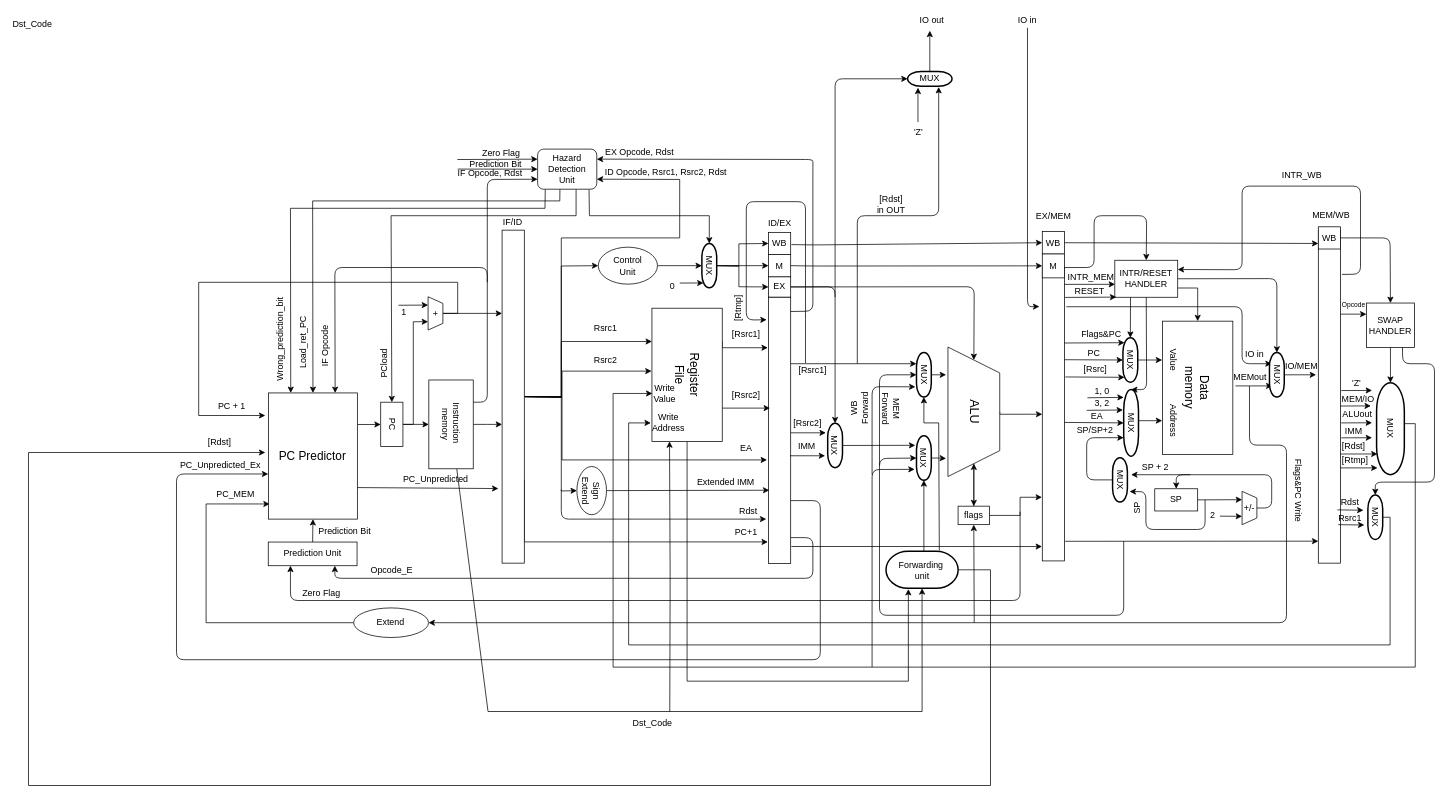
Earlier version of the draw.io diagram docs/Schematic.drawio (karashily/RISC). Source tidied: cells renumbered, new cells numbered last; positions are measured from the earlier drawing's top-left corner, leaving out a move shared by most shapes. Both pictures are drawn from the tidied source at 74%, with x=0, y=0 at pixel (28, 13).
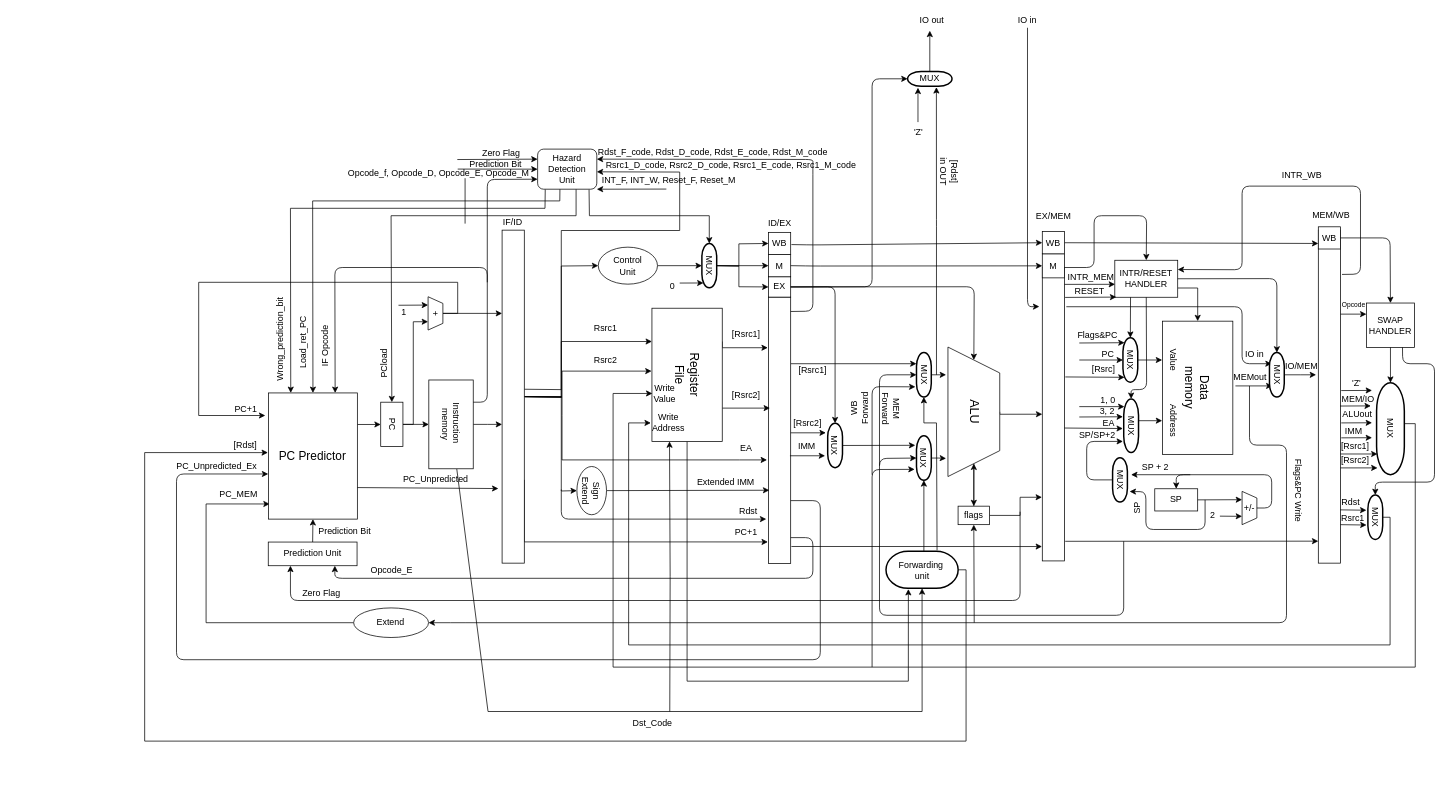
The same page after the edit.

The change refers to these unchanged cells:
```xml
<mxCell id="19" style="rounded=0;whiteSpace=wrap;html=1;" parent="1" vertex="1">
  <mxGeometry x="640" y="293.5" width="30" height="450" as="geometry" />
</mxCell>
<mxCell id="21" style="rounded=0;whiteSpace=wrap;html=1;" parent="1" vertex="1">
  <mxGeometry x="1000" y="384" width="30" height="360" as="geometry" />
</mxCell>
<mxCell id="22" style="rounded=0;whiteSpace=wrap;html=1;" parent="1" vertex="1">
  <mxGeometry x="1370" y="344" width="30" height="396.5" as="geometry" />
</mxCell>
<mxCell id="28" value="Hazard&lt;br&gt;Detection&lt;br&gt;Unit" style="rounded=1;whiteSpace=wrap;html=1;" parent="1" vertex="1">
  <mxGeometry x="688" y="184" width="80" height="54.2" as="geometry" />
</mxCell>
<mxCell id="38" value="EX" style="rounded=0;whiteSpace=wrap;html=1;" parent="1" vertex="1">
  <mxGeometry x="1000" y="356.5" width="30" height="27.5" as="geometry" />
</mxCell>
<mxCell id="42" value="MUX" style="strokeWidth=2;html=1;shape=mxgraph.flowchart.terminator;whiteSpace=wrap;rotation=90;" parent="1" vertex="1">
  <mxGeometry x="1180" y="479" width="60" height="20" as="geometry" />
</mxCell>
<mxCell id="51" value="Forwarding&amp;nbsp;&lt;br&gt;unit" style="strokeWidth=2;html=1;shape=mxgraph.flowchart.terminator;whiteSpace=wrap;rotation=0;" parent="1" vertex="1">
  <mxGeometry x="1158.8" y="727.5" width="97.5" height="50" as="geometry" />
</mxCell>
<mxCell id="85" value="MUX" style="strokeWidth=2;html=1;shape=mxgraph.flowchart.terminator;whiteSpace=wrap;rotation=90;" parent="1" vertex="1">
  <mxGeometry x="1459" y="459" width="60" height="20" as="geometry" />
</mxCell>
<mxCell id="106" value="[Rsrc1]" style="text;html=1;strokeColor=none;fillColor=none;align=center;verticalAlign=middle;whiteSpace=wrap;rounded=0;" parent="1" vertex="1">
  <mxGeometry x="1040" y="473" width="40" height="20" as="geometry" />
</mxCell>
<mxCell id="126" value="MUX" style="strokeWidth=2;html=1;shape=mxgraph.flowchart.terminator;whiteSpace=wrap;rotation=0;" parent="1" vertex="1">
  <mxGeometry x="1188" y="79" width="60" height="20" as="geometry" />
</mxCell>
<mxCell id="139" value="&lt;font style=&quot;font-size: 16px&quot;&gt;PC Predictor&lt;/font&gt;" style="rounded=0;whiteSpace=wrap;html=1;" parent="1" vertex="1">
  <mxGeometry x="324.4" y="513.5" width="120" height="170.5" as="geometry" />
</mxCell>
<mxCell id="190" value="MUX" style="strokeWidth=2;html=1;shape=mxgraph.flowchart.terminator;whiteSpace=wrap;rotation=90;" parent="1" vertex="1">
  <mxGeometry x="1445" y="621" width="60" height="20" as="geometry" />
</mxCell>
<mxCell id="200" value="INTR/RESET&lt;br&gt;HANDLER" style="rounded=0;whiteSpace=wrap;html=1;fillColor=#ffffff;" parent="1" vertex="1">
  <mxGeometry x="1468" y="334.2" width="85" height="50" as="geometry" />
</mxCell>
```

Change to the diagram source:
```diff
@@
-    <mxCell id="18" style="edgeStyle=none;rounded=0;jettySize=auto;html=1;exitX=1;exitY=0.5;exitDx=0;exitDy=0;entryX=1;entryY=0.75;entryDx=0;entryDy=0;" parent="1" edge="1" source="19" target="28">
+    <mxCell id="18" style="edgeStyle=none;rounded=0;orthogonalLoop=1;jettySize=auto;html=1;exitX=1;exitY=0.5;exitDx=0;exitDy=0;entryX=1;entryY=0.75;entryDx=0;entryDy=0;" parent="1" edge="1">
       <mxGeometry relative="1" as="geometry">
+        <mxPoint x="670" y="508.5" as="sourcePoint" />
+        <mxPoint x="768" y="214.7" as="targetPoint" />
         <Array as="points">
-          <mxPoint x="720" y="519" />
-          <mxPoint x="720" y="304" />
-          <mxPoint x="880" y="304" />
-          <mxPoint x="880" y="225" />
+          <mxPoint x="720" y="509" />
+          <mxPoint x="720" y="294" />
+          <mxPoint x="880" y="294" />
+          <mxPoint x="880" y="215" />
         </Array>
       </mxGeometry>
     </mxCell>
@@
-    <mxCell id="48" style="edgeStyle=none;rounded=0;jettySize=auto;html=1;exitX=0.739;exitY=-0.025;exitDx=0;exitDy=0;exitPerimeter=0;entryX=1;entryY=0.5;entryDx=0;entryDy=0;entryPerimeter=0;" parent="1" edge="1" source="51" target="42">
+    <mxCell id="48" style="edgeStyle=none;rounded=0;jettySize=auto;html=1;exitX=0.739;exitY=-0.025;exitDx=0;exitDy=0;exitPerimeter=0;entryX=1;entryY=0.5;entryDx=0;entryDy=0;entryPerimeter=0;" parent="1" edge="1" target="42">
       <mxGeometry relative="1" as="geometry">
+        <mxPoint x="1227.8" y="726.2" as="sourcePoint" />
         <Array as="points">
-          <mxPoint x="1230" y="554" />
+          <mxPoint x="1227" y="554" />
           <mxPoint x="1210" y="554" />
         </Array>
       </mxGeometry>
     </mxCell>
@@
-    <mxCell id="50" style="edgeStyle=orthogonalEdgeStyle;rounded=0;jettySize=auto;html=1;exitX=1;exitY=0.5;exitDx=0;exitDy=0;exitPerimeter=0;" parent="1" edge="1" source="51">
+    <mxCell id="50" style="edgeStyle=orthogonalEdgeStyle;rounded=0;jettySize=auto;html=1;exitX=1;exitY=0.5;exitDx=0;exitDy=0;exitPerimeter=0;entryX=-0.007;entryY=0.473;entryDx=0;entryDy=0;entryPerimeter=0;" parent="1" edge="1" source="51" target="139">
       <mxGeometry relative="1" as="geometry">
-        <mxPoint x="320" y="594" as="targetPoint" />
         <Array as="points">
-          <mxPoint x="1300" y="753" />
-          <mxPoint x="1300" y="1044" />
-          <mxPoint y="1044" />
-          <mxPoint y="594" />
+          <mxPoint x="1267" y="752" />
+          <mxPoint x="1267" y="984" />
+          <mxPoint x="157" y="984" />
+          <mxPoint x="157" y="594" />
         </Array>
       </mxGeometry>
     </mxCell>
@@
     <mxCell id="68" value="MUX" style="strokeWidth=2;html=1;shape=mxgraph.flowchart.terminator;whiteSpace=wrap;rotation=90;" parent="1" vertex="1">
-      <mxGeometry x="1445" y="544" width="90" height="20" as="geometry" />
+      <mxGeometry x="1453.8" y="547.8" width="72.5" height="20" as="geometry" />
     </mxCell>
-    <mxCell id="69" style="endArrow=classic;html=1;entryX=0.5;entryY=1;entryDx=0;entryDy=0;exitX=1;exitY=0.528;exitDx=0;exitDy=0;exitPerimeter=0;entryPerimeter=0;" parent="1" edge="1" source="22" target="68">
-      <mxGeometry relative="1" as="geometry" />
+    <mxCell id="69" style="endArrow=classic;html=1;entryX=0.595;entryY=0.955;entryDx=0;entryDy=0;entryPerimeter=0;exitX=1.069;exitY=0.547;exitDx=0;exitDy=0;exitPerimeter=0;" parent="1" edge="1">
+      <mxGeometry relative="1" as="geometry">
+        <mxPoint x="1400.1" y="560.9" as="sourcePoint" />
+        <mxPoint x="1478.9" y="561.6" as="targetPoint" />
+      </mxGeometry>
     </mxCell>
@@
-    <mxCell id="87" style="endArrow=classic;html=1;entryX=0.5;entryY=1;entryDx=0;entryDy=0;entryPerimeter=0;exitX=1.038;exitY=0.373;exitDx=0;exitDy=0;exitPerimeter=0;" parent="1" edge="1" target="85">
+    <mxCell id="87" style="endArrow=classic;html=1;entryX=0.5;entryY=1;entryDx=0;entryDy=0;entryPerimeter=0;" parent="1" edge="1" target="85">
       <mxGeometry relative="1" as="geometry">
-        <mxPoint x="1400" y="468.6" as="sourcePoint" />
+        <mxPoint x="1420" y="469" as="sourcePoint" />
       </mxGeometry>
     </mxCell>
     <mxCell id="88" style="endArrow=classic;html=1;entryX=0.11;entryY=0.89;entryDx=0;entryDy=0;entryPerimeter=0;" parent="1" edge="1" target="85">
       <mxGeometry relative="1" as="geometry">
-        <mxPoint x="1400" y="446" as="sourcePoint" />
+        <mxPoint x="1420" y="446" as="sourcePoint" />
       </mxGeometry>
     </mxCell>
@@
-    <mxCell id="97" value="PC + 1" style="text;html=1;strokeColor=none;fillColor=none;align=center;verticalAlign=middle;whiteSpace=wrap;rounded=0;rotation=0;" parent="1" vertex="1">
-      <mxGeometry x="250" y="523.5" width="50" height="17.5" as="geometry" />
+    <mxCell id="97" value="PC+1" style="text;html=1;strokeColor=none;fillColor=none;align=center;verticalAlign=middle;whiteSpace=wrap;rounded=0;rotation=0;" parent="1" vertex="1">
+      <mxGeometry x="269" y="527" width="50" height="17.5" as="geometry" />
     </mxCell>
     <mxCell id="98" value="PC_MEM" style="text;html=1;strokeColor=none;fillColor=none;align=center;verticalAlign=middle;whiteSpace=wrap;rounded=0;rotation=0;" parent="1" vertex="1">
-      <mxGeometry x="225" y="641" width="110" height="20" as="geometry" />
+      <mxGeometry x="229" y="641" width="110" height="20" as="geometry" />
     </mxCell>
@@
     <mxCell id="110" value="Flags&amp;amp;PC" style="text;html=1;strokeColor=none;fillColor=none;align=center;verticalAlign=middle;whiteSpace=wrap;rounded=0;rotation=0;" parent="1" vertex="1">
-      <mxGeometry x="1430" y="423.5" width="40" height="20" as="geometry" />
+      <mxGeometry x="1425" y="425.5" width="40" height="20" as="geometry" />
     </mxCell>
     <mxCell id="111" value="PC" style="text;html=1;strokeColor=none;fillColor=none;align=center;verticalAlign=middle;whiteSpace=wrap;rounded=0;rotation=0;" parent="1" vertex="1">
-      <mxGeometry x="1420" y="450" width="40" height="20" as="geometry" />
+      <mxGeometry x="1439" y="451" width="40" height="20" as="geometry" />
     </mxCell>
     <mxCell id="112" value="[Rsrc]" style="text;html=1;strokeColor=none;fillColor=none;align=center;verticalAlign=middle;whiteSpace=wrap;rounded=0;rotation=0;" parent="1" vertex="1">
-      <mxGeometry x="1422" y="472" width="40" height="20" as="geometry" />
+      <mxGeometry x="1433" y="472" width="40" height="20" as="geometry" />
     </mxCell>
     <mxCell id="113" value="SP/SP+2" style="text;html=1;strokeColor=none;fillColor=none;align=center;verticalAlign=middle;whiteSpace=wrap;rounded=0;rotation=0;" parent="1" vertex="1">
-      <mxGeometry x="1411" y="554" width="61" height="20" as="geometry" />
+      <mxGeometry x="1414" y="561" width="61" height="20" as="geometry" />
     </mxCell>
     <mxCell id="114" value="EA" style="text;html=1;strokeColor=none;fillColor=none;align=center;verticalAlign=middle;whiteSpace=wrap;rounded=0;rotation=0;" parent="1" vertex="1">
-      <mxGeometry x="1424" y="534.5" width="40" height="20" as="geometry" />
+      <mxGeometry x="1440" y="544" width="40" height="20" as="geometry" />
     </mxCell>
@@
     <mxCell id="123" value="Rdst" style="text;html=1;strokeColor=none;fillColor=none;align=center;verticalAlign=middle;whiteSpace=wrap;rounded=0;rotation=0;" parent="1" vertex="1">
-      <mxGeometry x="1766" y="651.5" width="40" height="20" as="geometry" />
+      <mxGeometry x="1767" y="651.5" width="40" height="20" as="geometry" />
     </mxCell>
@@
-    <mxCell id="134" style="endArrow=classic;html=1;entryX=0.306;entryY=1.05;entryDx=0;entryDy=0;entryPerimeter=0;" parent="1" edge="1" target="68">
+    <mxCell id="134" style="endArrow=classic;html=1;entryX=0.306;entryY=1.05;entryDx=0;entryDy=0;entryPerimeter=0;" parent="1" edge="1">
       <mxGeometry relative="1" as="geometry">
-        <mxPoint x="1430" y="537" as="sourcePoint" />
+        <mxPoint x="1420" y="546" as="sourcePoint" />
+        <mxPoint x="1479" y="545.7" as="targetPoint" />
       </mxGeometry>
     </mxCell>
     <mxCell id="135" style="endArrow=classic;html=1;entryX=0.306;entryY=1.05;entryDx=0;entryDy=0;entryPerimeter=0;" parent="1" edge="1">
       <mxGeometry relative="1" as="geometry">
-        <mxPoint x="1431" y="520" as="sourcePoint" />
-        <mxPoint x="1480" y="519.5" as="targetPoint" />
+        <mxPoint x="1420" y="532" as="sourcePoint" />
+        <mxPoint x="1481" y="532" as="targetPoint" />
       </mxGeometry>
     </mxCell>
     <mxCell id="136" value="3, 2" style="text;html=1;strokeColor=none;fillColor=none;align=center;verticalAlign=middle;whiteSpace=wrap;rounded=0;rotation=0;" parent="1" vertex="1">
-      <mxGeometry x="1431" y="517.5" width="40" height="20" as="geometry" />
+      <mxGeometry x="1438" y="527.5" width="40" height="20" as="geometry" />
     </mxCell>
     <mxCell id="137" value="1, 0" style="text;html=1;strokeColor=none;fillColor=none;align=center;verticalAlign=middle;whiteSpace=wrap;rounded=0;rotation=0;" parent="1" vertex="1">
-      <mxGeometry x="1431" y="501.5" width="40" height="20" as="geometry" />
+      <mxGeometry x="1439" y="513.5" width="40" height="20" as="geometry" />
     </mxCell>
@@
     <mxCell id="142" value="[Rdst]&amp;nbsp;" style="text;html=1;strokeColor=none;fillColor=none;align=center;verticalAlign=middle;whiteSpace=wrap;rounded=0;rotation=0;" parent="1" vertex="1">
-      <mxGeometry x="240" y="571" width="40" height="20" as="geometry" />
+      <mxGeometry x="275" y="573.5" width="40" height="20" as="geometry" />
     </mxCell>
@@
-    <mxCell id="147" value="[Rdst]&lt;br&gt;in OUT" style="text;html=1;strokeColor=none;fillColor=none;align=center;verticalAlign=middle;whiteSpace=wrap;rounded=0;" parent="1" vertex="1">
-      <mxGeometry x="1136" y="249.2" width="60" height="20" as="geometry" />
+    <mxCell id="147" value="[Rdst]&lt;br&gt;in OUT" style="text;html=1;strokeColor=none;fillColor=none;align=center;verticalAlign=middle;whiteSpace=wrap;rounded=0;rotation=90;" parent="1" vertex="1">
+      <mxGeometry x="1215" y="204.5" width="60" height="20" as="geometry" />
     </mxCell>
@@
-    <mxCell id="161" style="endArrow=classic;html=1;entryX=0.7;entryY=1.054;entryDx=0;entryDy=0;entryPerimeter=0;" parent="1" edge="1" target="126">
+    <mxCell id="161" style="endArrow=classic;html=1;entryX=0.699;entryY=1.064;entryDx=0;entryDy=0;entryPerimeter=0;" parent="1" edge="1">
       <mxGeometry relative="1" as="geometry">
-        <mxPoint x="1120" y="474" as="sourcePoint" />
+        <mxPoint x="1227" y="489" as="sourcePoint" />
+        <mxPoint x="1226.9" y="100.3" as="targetPoint" />
         <Array as="points">
-          <mxPoint x="1120" y="274" />
-          <mxPoint x="1230" y="274" />
+          <mxPoint x="1227" y="279" />
         </Array>
       </mxGeometry>
     </mxCell>
@@
     <mxCell id="171" value="PC_Unpredicted_Ex" style="text;html=1;align=center;verticalAlign=middle;" parent="1" vertex="1">
-      <mxGeometry x="199" y="601" width="120" height="20" as="geometry" />
+      <mxGeometry x="194" y="603" width="120" height="20" as="geometry" />
     </mxCell>
@@
-    <mxCell id="173" value="ID Opcode, Rsrc1, Rsrc2, Rdst" style="text;html=1;strokeColor=none;fillColor=none;align=center;verticalAlign=middle;whiteSpace=wrap;rounded=0;" parent="1" vertex="1">
-      <mxGeometry x="769" y="206.2" width="184.8" height="20" as="geometry" />
+    <mxCell id="173" value="Rsrc1_D_code, Rsrc2_D_code, Rsrc1_E_code, Rsrc1_M_code" style="text;html=1;strokeColor=none;fillColor=none;align=center;verticalAlign=middle;whiteSpace=wrap;rounded=0;" parent="1" vertex="1">
+      <mxGeometry x="769" y="196.2" width="361" height="20" as="geometry" />
     </mxCell>
-    <mxCell id="174" value="EX Opcode, Rdst" style="text;html=1;strokeColor=none;fillColor=none;align=center;verticalAlign=middle;whiteSpace=wrap;rounded=0;" parent="1" vertex="1">
-      <mxGeometry x="771.2" y="179.2" width="110" height="20" as="geometry" />
+    <mxCell id="174" value="Rdst_F_code, Rdst_D_code, Rdst_E_code, Rdst_M_code" style="text;html=1;strokeColor=none;fillColor=none;align=center;verticalAlign=middle;whiteSpace=wrap;rounded=0;" parent="1" vertex="1">
+      <mxGeometry x="760" y="179.2" width="330" height="20" as="geometry" />
     </mxCell>
@@
-    <mxCell id="176" value="IF Opcode, Rdst" style="text;html=1;strokeColor=none;fillColor=none;align=center;verticalAlign=middle;whiteSpace=wrap;rounded=0;rotation=0;" parent="1" vertex="1">
-      <mxGeometry x="569" y="205.5" width="110" height="23.8" as="geometry" />
+    <mxCell id="176" value="Opcode_f, Opcode_D, Opcode_E, Opcode_M" style="text;html=1;strokeColor=none;fillColor=none;align=center;verticalAlign=middle;whiteSpace=wrap;rounded=0;rotation=0;" parent="1" vertex="1">
+      <mxGeometry x="430" y="205.5" width="249" height="23.8" as="geometry" />
     </mxCell>
@@
     <mxCell id="183" style="endArrow=classic;html=1;exitX=1.061;exitY=0.84;exitDx=0;exitDy=0;exitPerimeter=0;" parent="1" edge="1">
       <mxGeometry relative="1" as="geometry">
-        <mxPoint x="1768.8" y="671.5" as="sourcePoint" />
-        <mxPoint x="1804" y="672" as="targetPoint" />
+        <mxPoint x="1772.8" y="671.5" as="sourcePoint" />
+        <mxPoint x="1808" y="672" as="targetPoint" />
       </mxGeometry>
     </mxCell>
     <mxCell id="184" style="endArrow=classic;html=1;exitX=1.061;exitY=0.84;exitDx=0;exitDy=0;exitPerimeter=0;" parent="1" edge="1">
       <mxGeometry relative="1" as="geometry">
-        <mxPoint x="1770" y="691.5" as="sourcePoint" />
-        <mxPoint x="1805.2" y="692" as="targetPoint" />
+        <mxPoint x="1773" y="691.5" as="sourcePoint" />
+        <mxPoint x="1808.2" y="692" as="targetPoint" />
       </mxGeometry>
     </mxCell>
     <mxCell id="185" value="Rsrc1" style="text;html=1;strokeColor=none;fillColor=none;align=center;verticalAlign=middle;whiteSpace=wrap;rounded=0;rotation=0;" parent="1" vertex="1">
-      <mxGeometry x="1766" y="673" width="40" height="20" as="geometry" />
+      <mxGeometry x="1770" y="673" width="40" height="20" as="geometry" />
     </mxCell>
@@
-    <mxCell id="191" style="endArrow=classic;html=1;entryX=0.722;entryY=1;entryDx=0;entryDy=0;entryPerimeter=0;exitX=0.5;exitY=1;exitDx=0;exitDy=0;exitPerimeter=0;" parent="1" edge="1" source="190" target="68">
+    <mxCell id="191" style="endArrow=classic;html=1;exitX=0.5;exitY=1;exitDx=0;exitDy=0;exitPerimeter=0;" parent="1" edge="1">
       <mxGeometry relative="1" as="geometry">
+        <mxPoint x="1465" y="631" as="sourcePoint" />
+        <mxPoint x="1479" y="579" as="targetPoint" />
         <Array as="points">
           <mxPoint x="1430" y="631" />
-          <mxPoint x="1430" y="574" />
+          <mxPoint x="1430" y="579" />
         </Array>
       </mxGeometry>
     </mxCell>
@@
-    <mxCell id="198" value="Dst_Code" style="text;html=1;align=center;verticalAlign=middle;" parent="1" vertex="1">
-      <mxGeometry x="0.03" y="-1" relative="1" as="geometry">
-        <mxPoint x="4.5" y="14.9" as="offset" />
-      </mxGeometry>
-    </mxCell>
@@
-    <mxCell id="214" value="[Rdst]" style="text;html=1;strokeColor=none;fillColor=none;align=center;verticalAlign=middle;whiteSpace=wrap;rounded=0;" parent="1" vertex="1">
-      <mxGeometry x="1771" y="576" width="40" height="20" as="geometry" />
+    <mxCell id="214" value="[Rsrc1]" style="text;html=1;strokeColor=none;fillColor=none;align=center;verticalAlign=middle;whiteSpace=wrap;rounded=0;" parent="1" vertex="1">
+      <mxGeometry x="1773" y="576" width="40" height="20" as="geometry" />
     </mxCell>
     <mxCell id="215" style="endArrow=classic;html=1;exitX=0.5;exitY=1;exitDx=0;exitDy=0;entryX=0;entryY=0.5;entryDx=0;entryDy=0;entryPerimeter=0;" parent="1" edge="1" source="200" target="68">
       <mxGeometry relative="1" as="geometry">
         <Array as="points">
           <mxPoint x="1511" y="509" />
+          <mxPoint x="1490" y="509" />
         </Array>
       </mxGeometry>
     </mxCell>
@@
-    <mxCell id="218" style="endArrow=classic;html=1;entryX=0;entryY=0.5;entryDx=0;entryDy=0;entryPerimeter=0;" parent="1" edge="1" target="126">
+    <mxCell id="218" style="endArrow=classic;html=1;entryX=0;entryY=0.5;entryDx=0;entryDy=0;entryPerimeter=0;exitX=1;exitY=0.5;exitDx=0;exitDy=0;" parent="1" edge="1" source="38" target="126">
       <mxGeometry relative="1" as="geometry">
-        <mxPoint x="1090" y="384" as="sourcePoint" />
         <Array as="points">
-          <mxPoint x="1090" y="89" />
+          <mxPoint x="1140" y="370" />
+          <mxPoint x="1140" y="89" />
         </Array>
       </mxGeometry>
     </mxCell>
@@
-    <mxCell id="221" style="endArrow=classic;html=1;exitX=0.25;exitY=0;exitDx=0;exitDy=0;entryX=-0.081;entryY=0.085;entryDx=0;entryDy=0;entryPerimeter=0;" parent="1" edge="1" source="106" target="21">
-      <mxGeometry relative="1" as="geometry">
-        <Array as="points">
-          <mxPoint x="1050" y="424" />
-          <mxPoint x="1050" y="255" />
-          <mxPoint x="970" y="255" />
-          <mxPoint x="970" y="415" />
-        </Array>
-      </mxGeometry>
-    </mxCell>
-    <mxCell id="222" value="[Rtmp]" style="text;html=1;strokeColor=none;fillColor=none;align=center;verticalAlign=middle;whiteSpace=wrap;rounded=0;rotation=270;" parent="1" vertex="1">
-      <mxGeometry x="939" y="389" width="40" height="20" as="geometry" />
-    </mxCell>
@@
-    <mxCell id="224" value="[Rtmp]" style="text;html=1;strokeColor=none;fillColor=none;align=center;verticalAlign=middle;whiteSpace=wrap;rounded=0;" parent="1" vertex="1">
+    <mxCell id="224" value="[Rsrc2]" style="text;html=1;strokeColor=none;fillColor=none;align=center;verticalAlign=middle;whiteSpace=wrap;rounded=0;" parent="1" vertex="1">
       <mxGeometry x="1773" y="595" width="40" height="20" as="geometry" />
     </mxCell>
@@
+    <mxCell id="226" style="endArrow=classic;html=1;entryX=1;entryY=1;entryDx=0;entryDy=0;" parent="1" edge="1" target="28">
+      <mxGeometry relative="1" as="geometry">
+        <mxPoint x="862" y="238" as="sourcePoint" />
+      </mxGeometry>
+    </mxCell>
+    <mxCell id="227" value="INT_F, INT_W, Reset_F, Reset_M" style="text;html=1;align=center;verticalAlign=middle;" parent="1" vertex="1">
+      <mxGeometry x="770" y="215.8" width="190" height="20" as="geometry" />
+    </mxCell>
+    <mxCell id="228" style="shape=partialRectangle;whiteSpace=wrap;html=1;right=0;top=0;bottom=0;fillColor=none;routingCenterX=-0.5;" parent="1" vertex="1">
+      <mxGeometry x="590" y="224" width="120" height="60" as="geometry" />
+    </mxCell>
```
